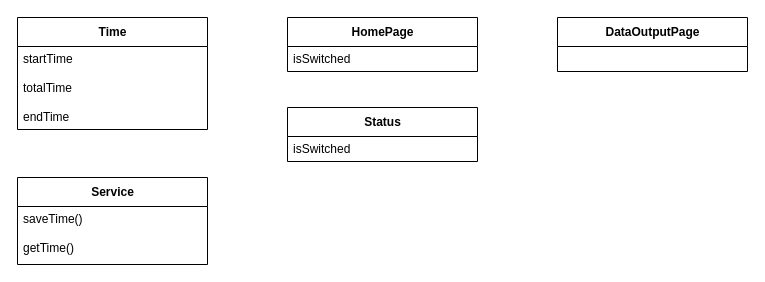
Earlier version of the draw.io diagram Documentation/Technischen Entwurf/Class Diagramm.drawio (TimKaspar/NightTime). Source tidied: cells renumbered, new cells numbered last; positions are measured from the earlier drawing's top-left corner, leaving out a move shared by most shapes. Both pictures are drawn from the tidied source at 100%, with x=0, y=0 at pixel (17, 17).
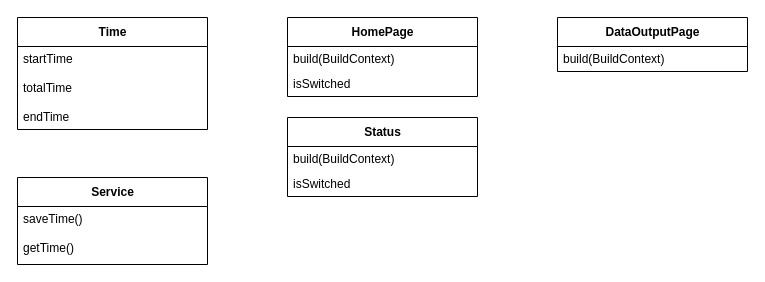
The same diagram, later.

Commit message:
added build(BuildContext) to class diagramm

Diff of the diagram source:
```diff
@@
 <mxGraphModel>
   <root>
     <mxCell id="0" />
     <mxCell id="1" parent="0" />
     <mxCell id="2" value="Time" style="swimlane;fontStyle=1;align=center;verticalAlign=middle;horizontal=1;startSize=29;html=1;" parent="1" vertex="1">
       <mxGeometry width="190" height="112" as="geometry" />
     </mxCell>
     <mxCell id="3" value="startTime" style="text;html=1;strokeColor=none;fillColor=none;align=left;verticalAlign=middle;spacingLeft=4;spacingRight=4;overflow=hidden;" parent="2" vertex="1">
       <mxGeometry y="29" width="190" height="25" as="geometry" />
     </mxCell>
     <mxCell id="4" value="totalTime" style="text;html=1;strokeColor=none;fillColor=none;align=left;verticalAlign=middle;spacingLeft=4;spacingRight=4;overflow=hidden;" parent="2" vertex="1">
       <mxGeometry y="54" width="190" height="33" as="geometry" />
     </mxCell>
     <mxCell id="5" value="endTime" style="text;html=1;strokeColor=none;fillColor=none;align=left;verticalAlign=middle;spacingLeft=4;spacingRight=4;overflow=hidden;" parent="2" vertex="1">
       <mxGeometry y="87" width="190" height="25" as="geometry" />
     </mxCell>
     <mxCell id="6" value="HomePage" style="swimlane;fontStyle=1;align=center;verticalAlign=middle;horizontal=1;startSize=29;html=1;" parent="1" vertex="1">
-      <mxGeometry x="270" width="190" height="54" as="geometry" />
+      <mxGeometry x="270" width="190" height="79" as="geometry" />
     </mxCell>
+    <mxCell id="14" value="build(BuildContext)" style="text;html=1;strokeColor=none;fillColor=none;align=left;verticalAlign=middle;spacingLeft=4;spacingRight=4;overflow=hidden;" parent="6" vertex="1">
+      <mxGeometry y="29" width="190" height="25" as="geometry" />
+    </mxCell>
     <mxCell id="7" value="isSwitched" style="text;html=1;strokeColor=none;fillColor=none;align=left;verticalAlign=middle;spacingLeft=4;spacingRight=4;overflow=hidden;" parent="6" vertex="1">
-      <mxGeometry y="29" width="190" height="25" as="geometry" />
+      <mxGeometry y="54" width="190" height="25" as="geometry" />
     </mxCell>
     <mxCell id="8" value="DataOutputPage" style="swimlane;fontStyle=1;align=center;verticalAlign=middle;horizontal=1;startSize=29;html=1;" parent="1" vertex="1">
       <mxGeometry x="540" width="190" height="54" as="geometry" />
     </mxCell>
+    <mxCell id="15" value="build(BuildContext)" style="text;html=1;strokeColor=none;fillColor=none;align=left;verticalAlign=middle;spacingLeft=4;spacingRight=4;overflow=hidden;" parent="8" vertex="1">
+      <mxGeometry y="29" width="190" height="25" as="geometry" />
+    </mxCell>
     <mxCell id="9" value="Service" style="swimlane;fontStyle=1;align=center;verticalAlign=middle;horizontal=1;startSize=29;html=1;" parent="1" vertex="1">
       <mxGeometry y="160" width="190" height="87" as="geometry" />
     </mxCell>
     <mxCell id="10" value="saveTime()" style="text;html=1;strokeColor=none;fillColor=none;align=left;verticalAlign=middle;spacingLeft=4;spacingRight=4;overflow=hidden;" parent="9" vertex="1">
       <mxGeometry y="29" width="190" height="25" as="geometry" />
     </mxCell>
     <mxCell id="11" value="getTime()" style="text;html=1;strokeColor=none;fillColor=none;align=left;verticalAlign=middle;spacingLeft=4;spacingRight=4;overflow=hidden;" parent="9" vertex="1">
       <mxGeometry y="54" width="190" height="33" as="geometry" />
     </mxCell>
     <mxCell id="12" value="Status" style="swimlane;fontStyle=1;align=center;verticalAlign=middle;horizontal=1;startSize=29;html=1;" parent="1" vertex="1">
-      <mxGeometry x="270" y="90" width="190" height="54" as="geometry" />
+      <mxGeometry x="270" y="100" width="190" height="79" as="geometry" />
     </mxCell>
+    <mxCell id="16" value="build(BuildContext)" style="text;html=1;strokeColor=none;fillColor=none;align=left;verticalAlign=middle;spacingLeft=4;spacingRight=4;overflow=hidden;" parent="12" vertex="1">
+      <mxGeometry y="29" width="190" height="25" as="geometry" />
+    </mxCell>
     <mxCell id="13" value="isSwitched" style="text;html=1;strokeColor=none;fillColor=none;align=left;verticalAlign=middle;spacingLeft=4;spacingRight=4;overflow=hidden;" parent="12" vertex="1">
-      <mxGeometry y="29" width="190" height="25" as="geometry" />
+      <mxGeometry y="54" width="190" height="25" as="geometry" />
     </mxCell>
   </root>
 </mxGraphModel>
```
